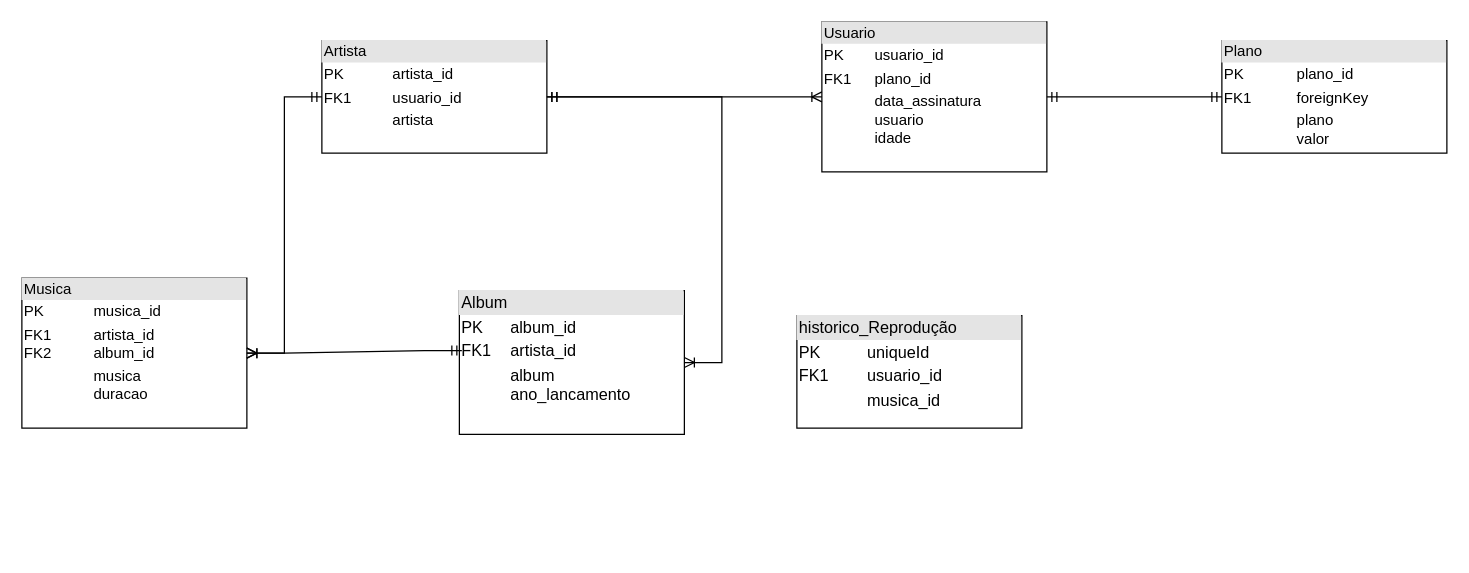
This is Untitled Diagram.drawio from Caio-Veloso/Trybe-Exercises, a draw.io file, before an edit. Source tidied: cells renumbered, new cells numbered last; positions are measured from the earlier drawing's top-left corner, leaving out a move shared by most shapes. Both pictures are drawn from the tidied source at 125%, with x=0, y=0 at pixel (21, 21).
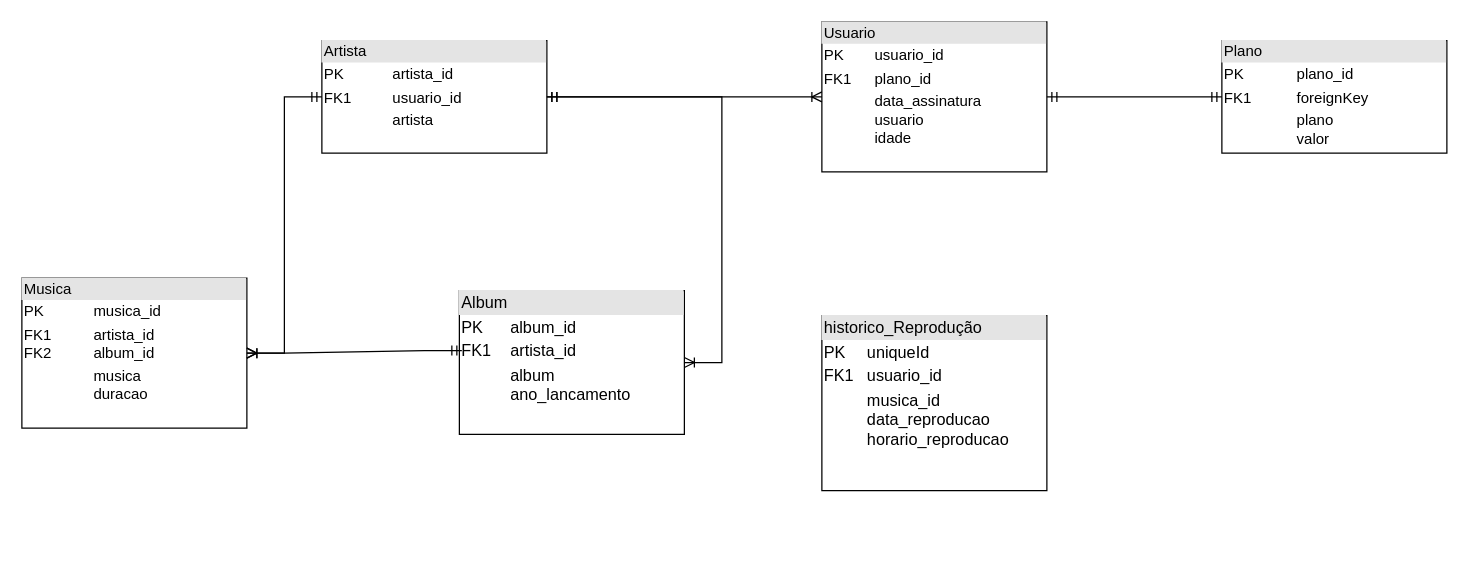
After the change.

Commit message (it also covers changes not shown here):
one-for-all

The edit, as a diff of the source:
```diff
@@
 <mxGraphModel>
   <root>
     <mxCell id="0" />
     <mxCell id="1" parent="0" />
     <mxCell id="2" value="&lt;div style=&quot;box-sizing: border-box ; width: 100% ; background: #e4e4e4 ; padding: 2px&quot;&gt;Usuario&lt;/div&gt;&lt;table style=&quot;width: 100% ; font-size: 1em&quot; cellpadding=&quot;2&quot; cellspacing=&quot;0&quot;&gt;&lt;tbody&gt;&lt;tr&gt;&lt;td&gt;PK&lt;/td&gt;&lt;td&gt;usuario_id&lt;/td&gt;&lt;/tr&gt;&lt;tr&gt;&lt;td&gt;FK1&lt;/td&gt;&lt;td&gt;plano_id&lt;br&gt;&lt;/td&gt;&lt;/tr&gt;&lt;tr&gt;&lt;td&gt;&lt;/td&gt;&lt;td&gt;data_assinatura&lt;br&gt;usuario&lt;br&gt;idade&lt;/td&gt;&lt;/tr&gt;&lt;/tbody&gt;&lt;/table&gt;" style="verticalAlign=top;align=left;overflow=fill;html=1;" parent="1" vertex="1">
       <mxGeometry x="640" width="180" height="120" as="geometry" />
     </mxCell>
     <mxCell id="3" value="&lt;div style=&quot;box-sizing: border-box ; width: 100% ; background: #e4e4e4 ; padding: 2px&quot;&gt;Plano&lt;/div&gt;&lt;table style=&quot;width: 100% ; font-size: 1em&quot; cellpadding=&quot;2&quot; cellspacing=&quot;0&quot;&gt;&lt;tbody&gt;&lt;tr&gt;&lt;td&gt;PK&lt;/td&gt;&lt;td&gt;plano_id&lt;/td&gt;&lt;/tr&gt;&lt;tr&gt;&lt;td&gt;FK1&lt;span style=&quot;white-space: pre&quot;&gt; &lt;/span&gt;&lt;/td&gt;&lt;td&gt;foreignKey&lt;/td&gt;&lt;/tr&gt;&lt;tr&gt;&lt;td&gt;&lt;/td&gt;&lt;td&gt;plano&lt;br&gt;valor&lt;/td&gt;&lt;/tr&gt;&lt;/tbody&gt;&lt;/table&gt;" style="verticalAlign=top;align=left;overflow=fill;html=1;" parent="1" vertex="1">
       <mxGeometry x="960" y="15" width="180" height="90" as="geometry" />
     </mxCell>
     <mxCell id="4" value="&lt;div style=&quot;box-sizing: border-box ; width: 100% ; background: #e4e4e4 ; padding: 2px&quot;&gt;Artista&lt;/div&gt;&lt;table style=&quot;width: 100% ; font-size: 1em&quot; cellpadding=&quot;2&quot; cellspacing=&quot;0&quot;&gt;&lt;tbody&gt;&lt;tr&gt;&lt;td&gt;PK&lt;/td&gt;&lt;td&gt;artista_id&lt;/td&gt;&lt;/tr&gt;&lt;tr&gt;&lt;td&gt;FK1&lt;/td&gt;&lt;td&gt;usuario_id&lt;/td&gt;&lt;/tr&gt;&lt;tr&gt;&lt;td&gt;&lt;/td&gt;&lt;td&gt;artista&lt;/td&gt;&lt;/tr&gt;&lt;/tbody&gt;&lt;/table&gt;" style="verticalAlign=top;align=left;overflow=fill;html=1;" parent="1" vertex="1">
       <mxGeometry x="240" y="15" width="180" height="90" as="geometry" />
     </mxCell>
     <mxCell id="5" style="edgeStyle=orthogonalEdgeStyle;rounded=0;orthogonalLoop=1;jettySize=auto;html=1;" parent="1" edge="1">
       <mxGeometry relative="1" as="geometry">
         <mxPoint x="140" y="415" as="sourcePoint" />
         <mxPoint x="140" y="415" as="targetPoint" />
       </mxGeometry>
     </mxCell>
     <mxCell id="6" value="&lt;div style=&quot;box-sizing: border-box; width: 100%; background: rgb(228, 228, 228); padding: 2px; font-size: 13px;&quot;&gt;Album&lt;/div&gt;&lt;table style=&quot;width: 100%; font-size: 13px;&quot; cellpadding=&quot;2&quot; cellspacing=&quot;0&quot;&gt;&lt;tbody style=&quot;font-size: 13px;&quot;&gt;&lt;tr style=&quot;font-size: 13px;&quot;&gt;&lt;td style=&quot;font-size: 13px;&quot;&gt;PK&lt;/td&gt;&lt;td style=&quot;font-size: 13px;&quot;&gt;album_id&lt;/td&gt;&lt;/tr&gt;&lt;tr style=&quot;font-size: 13px;&quot;&gt;&lt;td style=&quot;font-size: 13px;&quot;&gt;FK1&lt;/td&gt;&lt;td style=&quot;font-size: 13px;&quot;&gt;artista_id&lt;/td&gt;&lt;/tr&gt;&lt;tr style=&quot;font-size: 13px;&quot;&gt;&lt;td style=&quot;font-size: 13px;&quot;&gt;&lt;/td&gt;&lt;td style=&quot;font-size: 13px;&quot;&gt;album&lt;br style=&quot;font-size: 13px;&quot;&gt;ano_lancamento&lt;br style=&quot;font-size: 13px;&quot;&gt;&lt;br style=&quot;font-size: 13px;&quot;&gt;&lt;/td&gt;&lt;/tr&gt;&lt;/tbody&gt;&lt;/table&gt;" style="verticalAlign=middle;align=left;overflow=fill;html=1;fontSize=13;spacingTop=3;" parent="1" vertex="1">
       <mxGeometry x="350" y="215" width="180" height="115" as="geometry" />
     </mxCell>
     <mxCell id="7" value="&lt;div style=&quot;box-sizing: border-box ; width: 100% ; background: #e4e4e4 ; padding: 2px&quot;&gt;Musica&lt;/div&gt;&lt;table style=&quot;width: 100% ; font-size: 1em&quot; cellpadding=&quot;2&quot; cellspacing=&quot;0&quot;&gt;&lt;tbody&gt;&lt;tr&gt;&lt;td&gt;PK&lt;/td&gt;&lt;td&gt;musica_id&lt;/td&gt;&lt;/tr&gt;&lt;tr&gt;&lt;td&gt;FK1&lt;br&gt;FK2&lt;/td&gt;&lt;td&gt;artista_id&lt;br&gt;album_id&lt;/td&gt;&lt;/tr&gt;&lt;tr&gt;&lt;td&gt;&lt;/td&gt;&lt;td&gt;musica&lt;br&gt;duracao&lt;/td&gt;&lt;/tr&gt;&lt;/tbody&gt;&lt;/table&gt;" style="verticalAlign=top;align=left;overflow=fill;html=1;" parent="1" vertex="1">
       <mxGeometry y="205" width="180" height="120" as="geometry" />
     </mxCell>
     <mxCell id="8" style="edgeStyle=entityRelationEdgeStyle;fontSize=12;html=1;endArrow=ERmandOne;startArrow=ERmandOne;rounded=0;" parent="1" edge="1" source="2" target="3">
       <mxGeometry relative="1" as="geometry" />
     </mxCell>
     <mxCell id="9" style="edgeStyle=entityRelationEdgeStyle;fontSize=12;html=1;endArrow=ERoneToMany;startArrow=ERmandOne;rounded=0;" parent="1" edge="1" source="4" target="6">
       <mxGeometry relative="1" as="geometry" />
     </mxCell>
     <mxCell id="10" style="edgeStyle=entityRelationEdgeStyle;fontSize=12;html=1;endArrow=ERoneToMany;startArrow=ERmandOne;rounded=0;" parent="1" edge="1" source="4" target="2">
       <mxGeometry relative="1" as="geometry" />
     </mxCell>
     <mxCell id="11" style="edgeStyle=entityRelationEdgeStyle;fontSize=12;html=1;endArrow=ERoneToMany;startArrow=ERmandOne;rounded=0;exitX=0.011;exitY=0.417;exitDx=0;exitDy=0;exitPerimeter=0;" parent="1" edge="1" source="6" target="7">
       <mxGeometry relative="1" as="geometry" />
     </mxCell>
     <mxCell id="12" style="edgeStyle=entityRelationEdgeStyle;fontSize=12;html=1;endArrow=ERoneToMany;startArrow=ERmandOne;rounded=0;" parent="1" edge="1" source="4" target="7">
       <mxGeometry relative="1" as="geometry" />
     </mxCell>
-    <mxCell id="13" value="&lt;div style=&quot;box-sizing: border-box ; width: 100% ; background: #e4e4e4 ; padding: 2px&quot;&gt;historico_Reprodução&lt;/div&gt;&lt;table style=&quot;width: 100% ; font-size: 1em&quot; cellpadding=&quot;2&quot; cellspacing=&quot;0&quot;&gt;&lt;tbody&gt;&lt;tr&gt;&lt;td&gt;PK&lt;/td&gt;&lt;td&gt;uniqueId&lt;/td&gt;&lt;/tr&gt;&lt;tr&gt;&lt;td&gt;FK1&lt;/td&gt;&lt;td&gt;usuario_id&lt;/td&gt;&lt;/tr&gt;&lt;tr&gt;&lt;td&gt;&lt;/td&gt;&lt;td&gt;musica_id&lt;/td&gt;&lt;/tr&gt;&lt;/tbody&gt;&lt;/table&gt;" style="verticalAlign=top;align=left;overflow=fill;html=1;fontSize=13;" parent="1" vertex="1">
-      <mxGeometry x="620" y="235" width="180" height="90" as="geometry" />
+    <mxCell id="13" value="&lt;div style=&quot;box-sizing: border-box ; width: 100% ; background: #e4e4e4 ; padding: 2px&quot;&gt;historico_Reprodução&lt;/div&gt;&lt;table style=&quot;width: 100% ; font-size: 1em&quot; cellpadding=&quot;2&quot; cellspacing=&quot;0&quot;&gt;&lt;tbody&gt;&lt;tr&gt;&lt;td&gt;PK&lt;/td&gt;&lt;td&gt;uniqueId&lt;/td&gt;&lt;/tr&gt;&lt;tr&gt;&lt;td&gt;FK1&lt;/td&gt;&lt;td&gt;usuario_id&lt;/td&gt;&lt;/tr&gt;&lt;tr&gt;&lt;td&gt;&lt;/td&gt;&lt;td&gt;musica_id&lt;br&gt;data_reproducao&lt;br&gt;horario_reproducao&lt;/td&gt;&lt;/tr&gt;&lt;/tbody&gt;&lt;/table&gt;" style="verticalAlign=top;align=left;overflow=fill;html=1;fontSize=13;" parent="1" vertex="1">
+      <mxGeometry x="640" y="235" width="180" height="140" as="geometry" />
     </mxCell>
   </root>
 </mxGraphModel>
```
